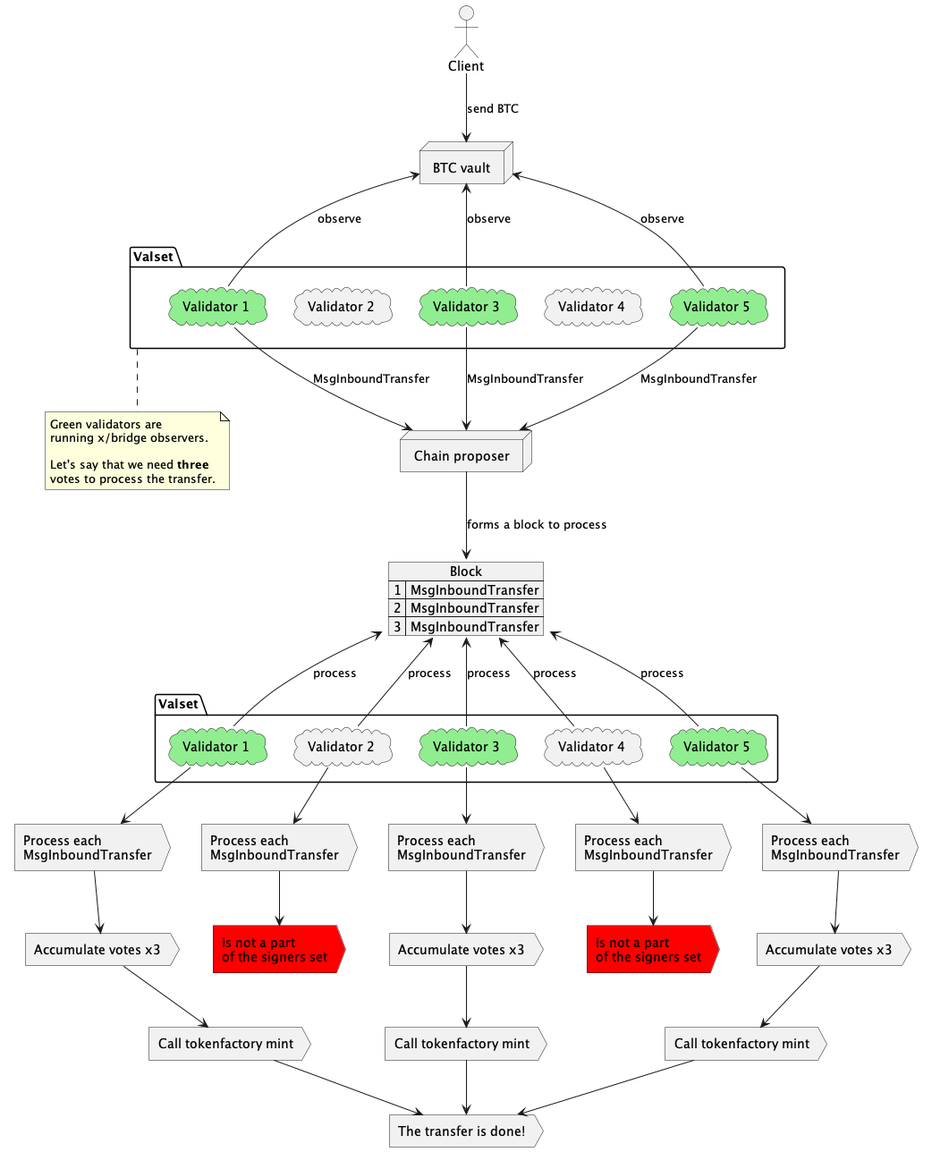
osmosis-labs/osmosis keeps this PlantUML diagram as x/bridge/images/inbound_transfer.png. Above is the earlier version.
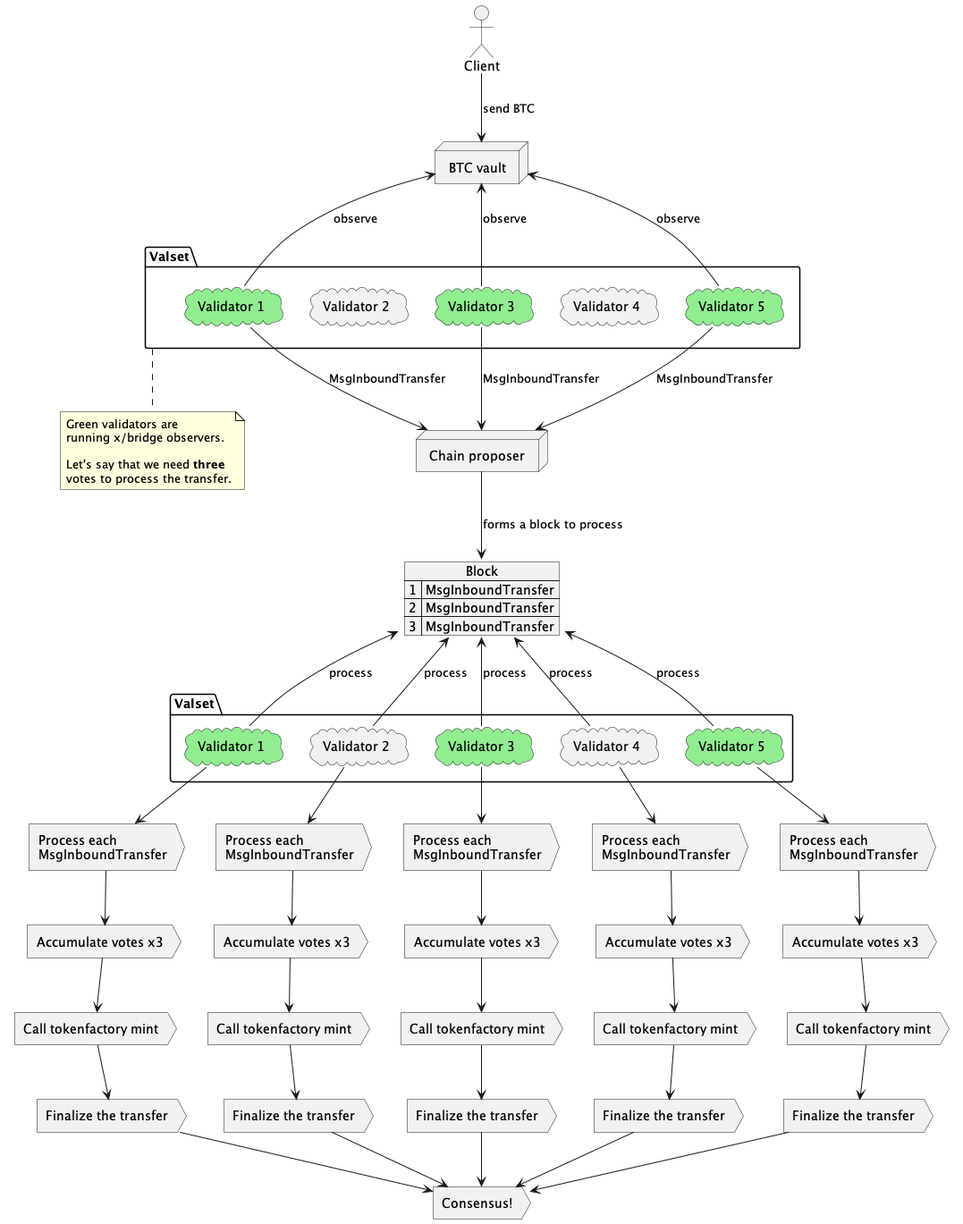
The same diagram one commit later.

The edit, as a diff of the source:
```diff
@@ -66,9 +66,9 @@
 val5_2 --> val5_act_1
 
 action "Accumulate votes x3" as val1_act_2
-action "Is not a part\nof the signers set" as val2_act_2 #red
+action "Accumulate votes x3" as val2_act_2
 action "Accumulate votes x3" as val3_act_2
-action "Is not a part\nof the signers set" as val4_act_2 #red
+action "Accumulate votes x3" as val4_act_2
 action "Accumulate votes x3" as val5_act_2
 
 val1_act_1 --> val1_act_2
@@ -78,17 +78,35 @@
 val5_act_1 --> val5_act_2
 
 action "Call tokenfactory mint" as val1_act_3
+action "Call tokenfactory mint" as val2_act_3
 action "Call tokenfactory mint" as val3_act_3
+action "Call tokenfactory mint" as val4_act_3
 action "Call tokenfactory mint" as val5_act_3
 
 val1_act_2 --> val1_act_3
+val2_act_2 --> val2_act_3
 val3_act_2 --> val3_act_3
+val4_act_2 --> val4_act_3
 val5_act_2 --> val5_act_3
 
-action "The transfer is done!" as consensus
+action "Finalize the transfer" as val1_act_4
+action "Finalize the transfer" as val2_act_4
+action "Finalize the transfer" as val3_act_4
+action "Finalize the transfer" as val4_act_4
+action "Finalize the transfer" as val5_act_4
 
-val1_act_3 --> consensus
-val3_act_3 --> consensus
-val5_act_3 --> consensus
+val1_act_3 --> val1_act_4
+val2_act_3 --> val2_act_4
+val3_act_3 --> val3_act_4
+val4_act_3 --> val4_act_4
+val5_act_3 --> val5_act_4
+
+action "Consensus!" as consensus
+
+val1_act_4 --> consensus
+val2_act_4 --> consensus
+val3_act_4 --> consensus
+val4_act_4 --> consensus
+val5_act_4 --> consensus
 
 @enduml
```
